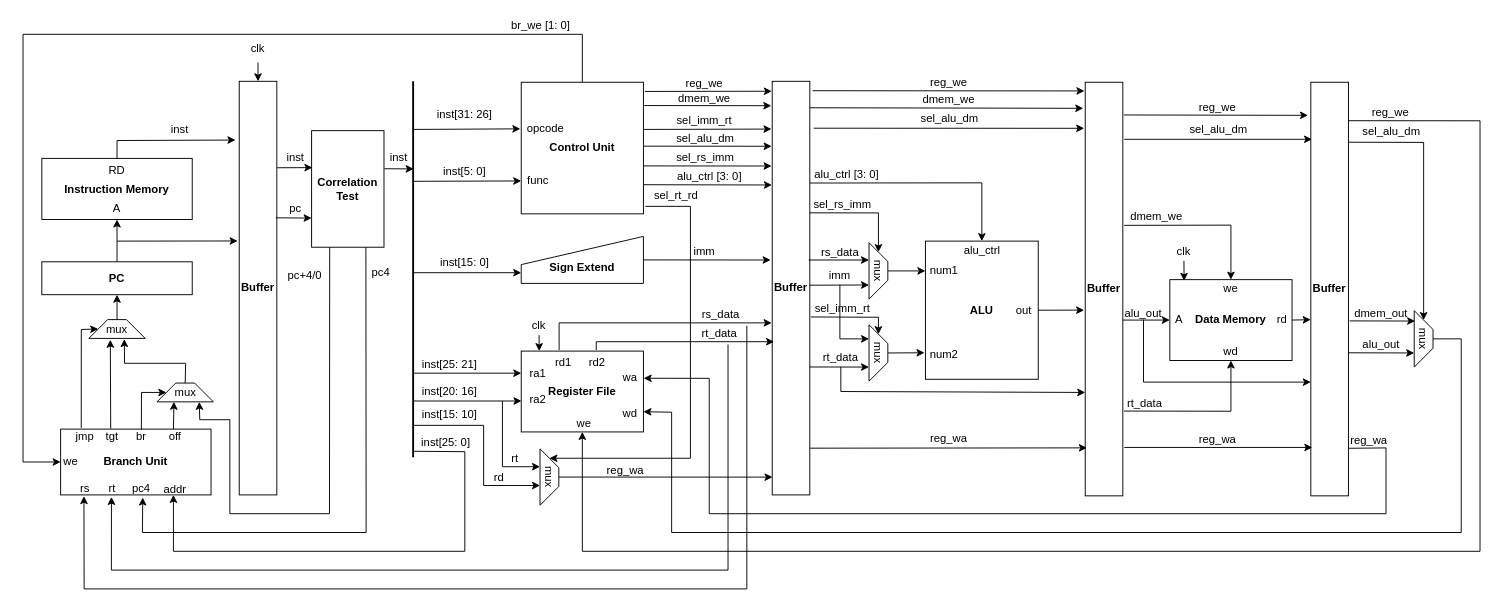
bingo123122121/pipelineCPU-group keeps this draw.io diagram as 流水线CPU.drawio. Above is the earlier version. Source tidied: cells renumbered, new cells numbered last; positions are measured from the earlier drawing's top-left corner, leaving out a move shared by most shapes. Both pictures are drawn from the tidied source at 94%, with x=0, y=0 at pixel (23, 16).
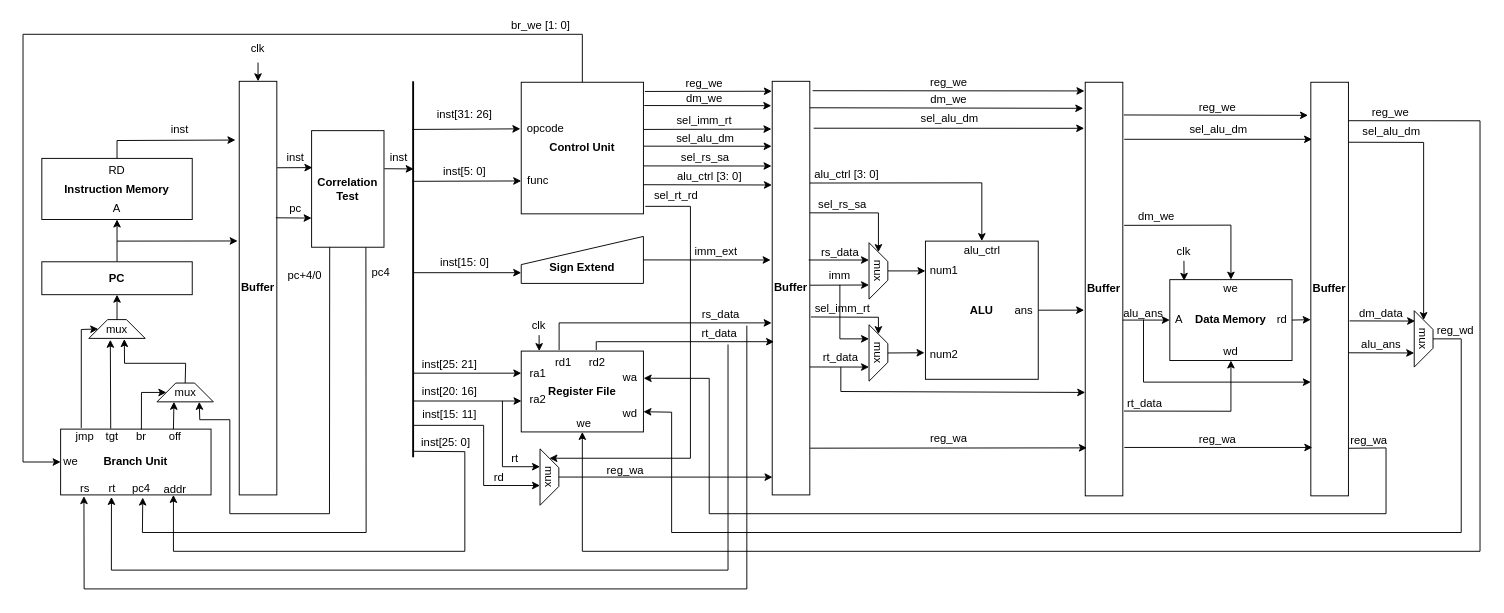
Above is the later version.

The change refers to these unchanged cells:
```xml
<mxCell id="44" style="group;" parent="1" vertex="1">
  <mxGeometry x="690" y="77" width="70" height="19" as="geometry" />
</mxCell>
<mxCell id="74" style="group;" parent="1" vertex="1">
  <mxGeometry x="960" y="239" width="120" height="147" as="geometry" />
</mxCell>
<mxCell id="84" style="group;" parent="1" vertex="1">
  <mxGeometry x="950" y="79" width="70" height="19" as="geometry" />
</mxCell>
```

What changed in the source:
```diff
@@
-    <mxCell id="46" value="dmem_we" style="text;html=1;strokeColor=none;fillColor=none;align=center;verticalAlign=middle;whiteSpace=wrap;rounded=0;" parent="44" vertex="1">
+    <mxCell id="46" value="dm_we" style="text;html=1;strokeColor=none;fillColor=none;align=center;verticalAlign=middle;whiteSpace=wrap;rounded=0;" parent="44" vertex="1">
       <mxGeometry width="70" height="19" as="geometry" />
     </mxCell>
@@
-    <mxCell id="66" value="imm" style="text;html=1;strokeColor=none;fillColor=none;align=center;verticalAlign=middle;whiteSpace=wrap;rounded=0;" parent="1" vertex="1">
-      <mxGeometry x="705" y="240" width="40" height="20" as="geometry" />
+    <mxCell id="66" value="imm_ext" style="text;html=1;strokeColor=none;fillColor=none;align=center;verticalAlign=middle;whiteSpace=wrap;rounded=0;" parent="1" vertex="1">
+      <mxGeometry x="705" y="240" width="65" height="20" as="geometry" />
     </mxCell>
@@
-    <mxCell id="78" value="out" style="text;html=1;strokeColor=none;fillColor=none;align=center;verticalAlign=middle;whiteSpace=wrap;rounded=0;" parent="74" vertex="1">
+    <mxCell id="78" value="ans" style="text;html=1;strokeColor=none;fillColor=none;align=center;verticalAlign=middle;whiteSpace=wrap;rounded=0;" parent="74" vertex="1">
       <mxGeometry x="90" y="63.3" width="30" height="20.4" as="geometry" />
     </mxCell>
@@
-    <mxCell id="85" value="dmem_we" style="text;html=1;strokeColor=none;fillColor=none;align=center;verticalAlign=middle;whiteSpace=wrap;rounded=0;" parent="84" vertex="1">
+    <mxCell id="85" value="dm_we" style="text;html=1;strokeColor=none;fillColor=none;align=center;verticalAlign=middle;whiteSpace=wrap;rounded=0;" parent="84" vertex="1">
       <mxGeometry width="70" height="19" as="geometry" />
     </mxCell>
@@
-    <mxCell id="98" value="dmem_we" style="text;html=1;strokeColor=none;fillColor=none;align=center;verticalAlign=middle;whiteSpace=wrap;rounded=0;" parent="1" vertex="1">
+    <mxCell id="98" value="dm_we" style="text;html=1;strokeColor=none;fillColor=none;align=center;verticalAlign=middle;whiteSpace=wrap;rounded=0;" parent="1" vertex="1">
       <mxGeometry x="1171" y="203" width="70" height="19" as="geometry" />
     </mxCell>
@@
-    <mxCell id="103" value="alu_out" style="text;html=1;strokeColor=none;fillColor=none;align=center;verticalAlign=middle;whiteSpace=wrap;rounded=0;" parent="1" vertex="1">
+    <mxCell id="103" value="alu_ans" style="text;html=1;strokeColor=none;fillColor=none;align=center;verticalAlign=middle;whiteSpace=wrap;rounded=0;" parent="1" vertex="1">
       <mxGeometry x="1172" y="308.5" width="40" height="14" as="geometry" />
     </mxCell>
@@
-    <mxCell id="120" value="alu_out" style="text;html=1;strokeColor=none;fillColor=none;align=center;verticalAlign=middle;whiteSpace=wrap;rounded=0;" parent="1" vertex="1">
+    <mxCell id="120" value="alu_ans" style="text;html=1;strokeColor=none;fillColor=none;align=center;verticalAlign=middle;whiteSpace=wrap;rounded=0;" parent="1" vertex="1">
       <mxGeometry x="1425" y="342" width="40" height="14" as="geometry" />
     </mxCell>
-    <mxCell id="121" value="dmem_out" style="text;html=1;strokeColor=none;fillColor=none;align=center;verticalAlign=middle;whiteSpace=wrap;rounded=0;" parent="1" vertex="1">
+    <mxCell id="121" value="dm_data" style="text;html=1;strokeColor=none;fillColor=none;align=center;verticalAlign=middle;whiteSpace=wrap;rounded=0;" parent="1" vertex="1">
       <mxGeometry x="1410" y="306" width="70" height="19" as="geometry" />
     </mxCell>
@@
-    <mxCell id="165" value="sel_rs_imm" style="text;html=1;strokeColor=none;fillColor=none;align=center;verticalAlign=middle;whiteSpace=wrap;rounded=0;" parent="1" vertex="1">
+    <mxCell id="165" value="sel_rs_sa" style="text;html=1;strokeColor=none;fillColor=none;align=center;verticalAlign=middle;whiteSpace=wrap;rounded=0;" parent="1" vertex="1">
       <mxGeometry x="837" y="190" width="70" height="19" as="geometry" />
     </mxCell>
@@
-    <mxCell id="169" value="sel_rs_imm" style="text;html=1;strokeColor=none;fillColor=none;align=center;verticalAlign=middle;whiteSpace=wrap;rounded=0;" parent="1" vertex="1">
+    <mxCell id="169" value="sel_rs_sa" style="text;html=1;strokeColor=none;fillColor=none;align=center;verticalAlign=middle;whiteSpace=wrap;rounded=0;" parent="1" vertex="1">
       <mxGeometry x="691" y="140" width="70" height="19" as="geometry" />
     </mxCell>
@@
-    <mxCell id="172" value="inst[15: 10]" style="text;html=1;strokeColor=none;fillColor=none;align=center;verticalAlign=middle;whiteSpace=wrap;rounded=0;" parent="1" vertex="1">
+    <mxCell id="172" value="inst[15: 11]" style="text;html=1;strokeColor=none;fillColor=none;align=center;verticalAlign=middle;whiteSpace=wrap;rounded=0;" parent="1" vertex="1">
       <mxGeometry x="404" y="409" width="100" height="30" as="geometry" />
     </mxCell>
@@
+    <mxCell id="184" value="reg_wd" style="text;html=1;strokeColor=none;fillColor=none;align=center;verticalAlign=middle;whiteSpace=wrap;rounded=0;" parent="1" vertex="1">
+      <mxGeometry x="1504" y="324" width="40" height="20" as="geometry" />
+    </mxCell>
```
